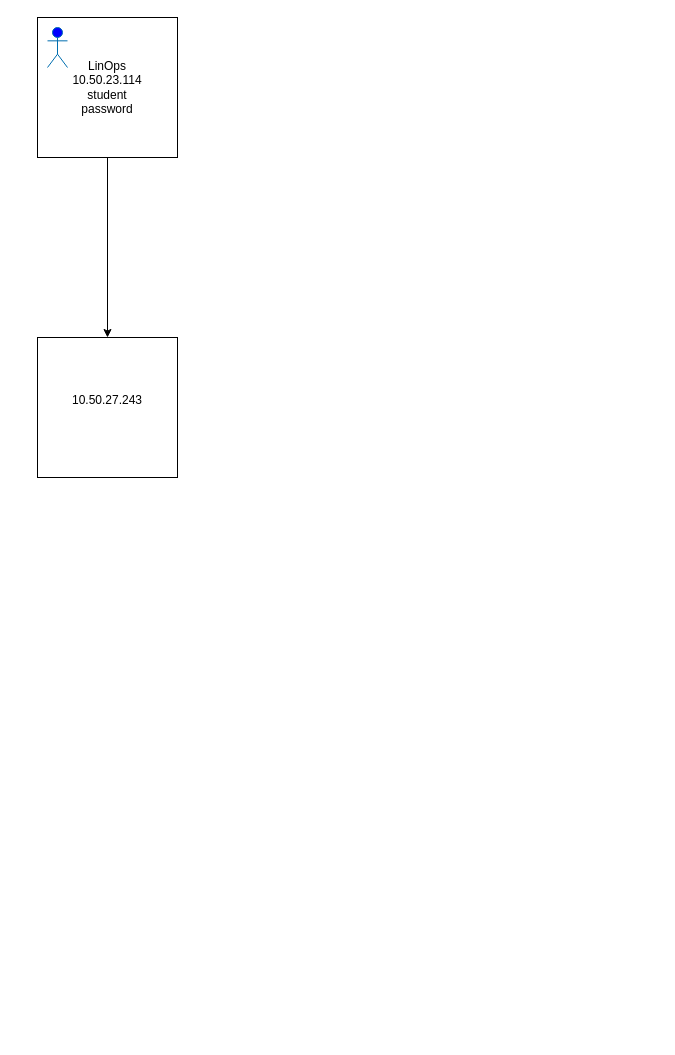
Above: Security/Seltzer/Untitled Diagram.drawio in TheWaltuh/COSC-Notes (draw.io), before the change. Source tidied: cells renumbered, new cells numbered last; positions are measured from the earlier drawing's top-left corner, leaving out a move shared by most shapes. Both pictures are drawn from the tidied source at 100%, with x=0, y=0 at pixel (37, 17).
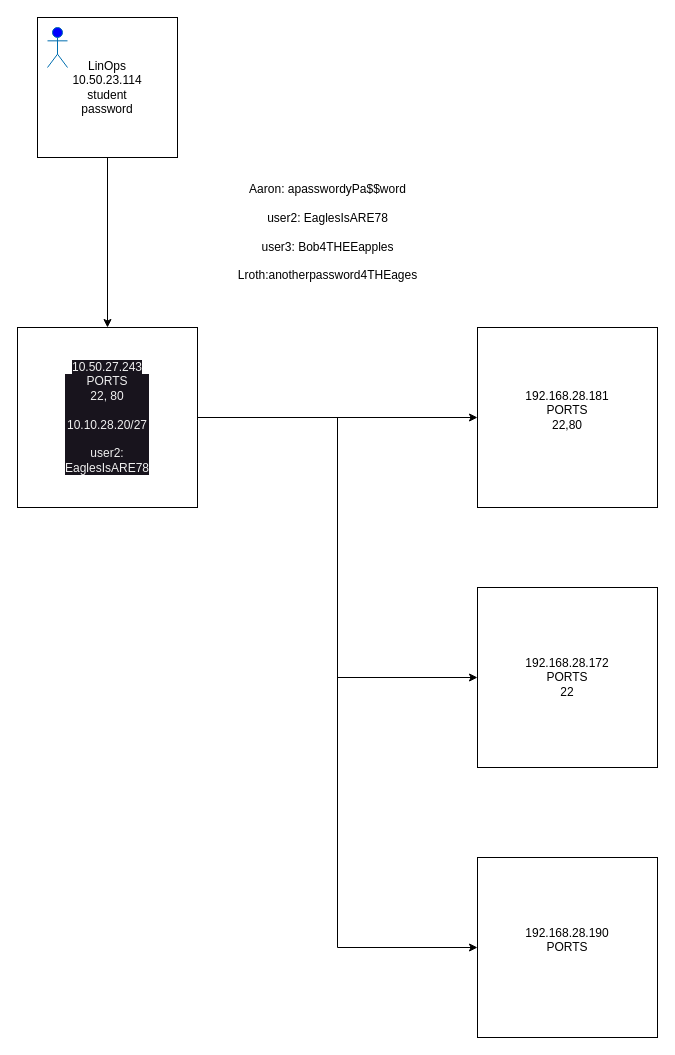
After the change.

The edit, as a diff of the source:
```diff
@@
 <mxGraphModel>
   <root>
     <mxCell id="0" />
     <mxCell id="1" parent="0" />
     <mxCell id="2" style="group;" parent="1" vertex="1">
       <mxGeometry width="140" height="140" as="geometry" />
     </mxCell>
     <mxCell id="3" value="&lt;div&gt;LinOps&lt;/div&gt;10.50.23.114&lt;div&gt;student&lt;br&gt;&lt;/div&gt;&lt;div&gt;password&lt;br&gt;&lt;/div&gt;" style="whiteSpace=wrap;html=1;" parent="2" vertex="1">
       <mxGeometry width="140" height="140" as="geometry" />
     </mxCell>
     <mxCell id="4" style="shape=umlActor;verticalLabelPosition=bottom;verticalAlign=top;html=1;fillColor=#0000FF;fontColor=#ffffff;strokeColor=#006EAF;" parent="2" vertex="1">
       <mxGeometry x="10" y="10" width="20" height="40" as="geometry" />
     </mxCell>
-    <mxCell id="5" style="group;" parent="1" vertex="1">
-      <mxGeometry y="320" width="140" height="140" as="geometry" />
-    </mxCell>
-    <mxCell id="6" value="&lt;div&gt;&lt;/div&gt;10.50.27.243&lt;div&gt;&lt;br&gt;&lt;/div&gt;" style="whiteSpace=wrap;html=1;" parent="5" vertex="1">
-      <mxGeometry width="140" height="140" as="geometry" />
-    </mxCell>
-    <mxCell id="7" style="edgeStyle=orthogonalEdgeStyle;rounded=0;jettySize=auto;html=1;entryX=0.5;entryY=0;entryDx=0;entryDy=0;" parent="1" edge="1" source="3" target="6">
+    <mxCell id="7" style="edgeStyle=orthogonalEdgeStyle;rounded=0;jettySize=auto;html=1;entryX=0.5;entryY=0;entryDx=0;entryDy=0;" parent="1" edge="1" source="3" target="12">
       <mxGeometry relative="1" as="geometry" />
     </mxCell>
+    <mxCell id="8" value="192.168.28.181&lt;br&gt;PORTS&lt;br&gt;22,80&lt;br&gt;&lt;br&gt;" style="whiteSpace=wrap;html=1;" parent="1" vertex="1">
+      <mxGeometry x="440" y="310" width="180" height="180" as="geometry" />
+    </mxCell>
+    <mxCell id="9" style="edgeStyle=orthogonalEdgeStyle;rounded=0;jettySize=auto;html=1;exitX=1;exitY=0.5;exitDx=0;exitDy=0;" parent="1" edge="1" source="12" target="8">
+      <mxGeometry relative="1" as="geometry" />
+    </mxCell>
+    <mxCell id="10" style="edgeStyle=orthogonalEdgeStyle;rounded=0;jettySize=auto;html=1;entryX=0;entryY=0.5;entryDx=0;entryDy=0;" parent="1" edge="1" source="12" target="14">
+      <mxGeometry relative="1" as="geometry" />
+    </mxCell>
+    <mxCell id="11" style="edgeStyle=orthogonalEdgeStyle;rounded=0;jettySize=auto;html=1;entryX=0;entryY=0.5;entryDx=0;entryDy=0;" parent="1" edge="1" source="12" target="15">
+      <mxGeometry relative="1" as="geometry" />
+    </mxCell>
+    <mxCell id="12" value="&lt;span style=&quot;color: rgb(240, 240, 240); font-family: Helvetica; font-size: 12px; font-style: normal; font-variant-ligatures: normal; font-variant-caps: normal; font-weight: 400; letter-spacing: normal; orphans: 2; text-align: center; text-indent: 0px; text-transform: none; widows: 2; word-spacing: 0px; -webkit-text-stroke-width: 0px; background-color: rgb(24, 20, 29); text-decoration-thickness: initial; text-decoration-style: initial; text-decoration-color: initial; float: none; display: inline !important;&quot;&gt;10.50.27.243&lt;/span&gt;&lt;div style=&quot;border-color: rgb(0, 0, 0); color: rgb(240, 240, 240); font-family: Helvetica; font-size: 12px; font-style: normal; font-variant-ligatures: normal; font-variant-caps: normal; font-weight: 400; letter-spacing: normal; orphans: 2; text-align: center; text-indent: 0px; text-transform: none; widows: 2; word-spacing: 0px; -webkit-text-stroke-width: 0px; background-color: rgb(24, 20, 29); text-decoration-thickness: initial; text-decoration-style: initial; text-decoration-color: initial;&quot;&gt;PORTS&lt;/div&gt;&lt;div style=&quot;border-color: rgb(0, 0, 0); color: rgb(240, 240, 240); font-family: Helvetica; font-size: 12px; font-style: normal; font-variant-ligatures: normal; font-variant-caps: normal; font-weight: 400; letter-spacing: normal; orphans: 2; text-align: center; text-indent: 0px; text-transform: none; widows: 2; word-spacing: 0px; -webkit-text-stroke-width: 0px; background-color: rgb(24, 20, 29); text-decoration-thickness: initial; text-decoration-style: initial; text-decoration-color: initial;&quot;&gt;22, 80&lt;/div&gt;&lt;div style=&quot;border-color: rgb(0, 0, 0); color: rgb(240, 240, 240); font-family: Helvetica; font-size: 12px; font-style: normal; font-variant-ligatures: normal; font-variant-caps: normal; font-weight: 400; letter-spacing: normal; orphans: 2; text-align: center; text-indent: 0px; text-transform: none; widows: 2; word-spacing: 0px; -webkit-text-stroke-width: 0px; background-color: rgb(24, 20, 29); text-decoration-thickness: initial; text-decoration-style: initial; text-decoration-color: initial;&quot;&gt;&lt;br style=&quot;border-color: rgb(0, 0, 0);&quot;&gt;&lt;/div&gt;&lt;div style=&quot;border-color: rgb(0, 0, 0); color: rgb(240, 240, 240); font-family: Helvetica; font-size: 12px; font-style: normal; font-variant-ligatures: normal; font-variant-caps: normal; font-weight: 400; letter-spacing: normal; orphans: 2; text-align: center; text-indent: 0px; text-transform: none; widows: 2; word-spacing: 0px; -webkit-text-stroke-width: 0px; background-color: rgb(24, 20, 29); text-decoration-thickness: initial; text-decoration-style: initial; text-decoration-color: initial;&quot;&gt;10.10.28.20/27&lt;/div&gt;&lt;div style=&quot;border-color: rgb(0, 0, 0); color: rgb(240, 240, 240); font-family: Helvetica; font-size: 12px; font-style: normal; font-variant-ligatures: normal; font-variant-caps: normal; font-weight: 400; letter-spacing: normal; orphans: 2; text-align: center; text-indent: 0px; text-transform: none; widows: 2; word-spacing: 0px; -webkit-text-stroke-width: 0px; background-color: rgb(24, 20, 29); text-decoration-thickness: initial; text-decoration-style: initial; text-decoration-color: initial;&quot;&gt;&lt;br style=&quot;border-color: rgb(0, 0, 0);&quot;&gt;&lt;/div&gt;&lt;div style=&quot;border-color: rgb(0, 0, 0); color: rgb(240, 240, 240); font-family: Helvetica; font-size: 12px; font-style: normal; font-variant-ligatures: normal; font-variant-caps: normal; font-weight: 400; letter-spacing: normal; orphans: 2; text-align: center; text-indent: 0px; text-transform: none; widows: 2; word-spacing: 0px; -webkit-text-stroke-width: 0px; background-color: rgb(24, 20, 29); text-decoration-thickness: initial; text-decoration-style: initial; text-decoration-color: initial;&quot;&gt;user2:&lt;/div&gt;&lt;div style=&quot;border-color: rgb(0, 0, 0); color: rgb(240, 240, 240); font-family: Helvetica; font-size: 12px; font-style: normal; font-variant-ligatures: normal; font-variant-caps: normal; font-weight: 400; letter-spacing: normal; orphans: 2; text-align: center; text-indent: 0px; text-transform: none; widows: 2; word-spacing: 0px; -webkit-text-stroke-width: 0px; background-color: rgb(24, 20, 29); text-decoration-thickness: initial; text-decoration-style: initial; text-decoration-color: initial;&quot;&gt;EaglesIsARE78&lt;/div&gt;" style="whiteSpace=wrap;html=1;" parent="1" vertex="1">
+      <mxGeometry x="-20" y="310" width="180" height="180" as="geometry" />
+    </mxCell>
+    <mxCell id="13" value="Aaron:&amp;nbsp;apasswordyPa$$word&lt;br style=&quot;&quot;&gt;&lt;br style=&quot;&quot;&gt;&lt;span style=&quot;&quot;&gt;user2:&amp;nbsp;EaglesIsARE78&lt;/span&gt;&lt;br style=&quot;&quot;&gt;&lt;br style=&quot;&quot;&gt;&lt;span style=&quot;&quot;&gt;user3:&amp;nbsp;Bob4THEEapples&lt;/span&gt;&lt;br style=&quot;&quot;&gt;&lt;br style=&quot;&quot;&gt;&lt;span style=&quot;&quot;&gt;Lroth:anotherpassword4THEages&lt;/span&gt;" style="text;html=1;align=center;verticalAlign=middle;strokeColor=none;fillColor=none;" parent="1" vertex="1">
+      <mxGeometry x="190" y="160" width="200" height="110" as="geometry" />
+    </mxCell>
+    <mxCell id="14" value="192.168.28.172&lt;br&gt;PORTS&lt;br&gt;22" style="whiteSpace=wrap;html=1;" parent="1" vertex="1">
+      <mxGeometry x="440" y="570" width="180" height="180" as="geometry" />
+    </mxCell>
+    <mxCell id="15" value="192.168.28.190&lt;br&gt;PORTS&lt;br&gt;&lt;br&gt;" style="whiteSpace=wrap;html=1;" parent="1" vertex="1">
+      <mxGeometry x="440" y="840" width="180" height="180" as="geometry" />
+    </mxCell>
   </root>
 </mxGraphModel>
```
